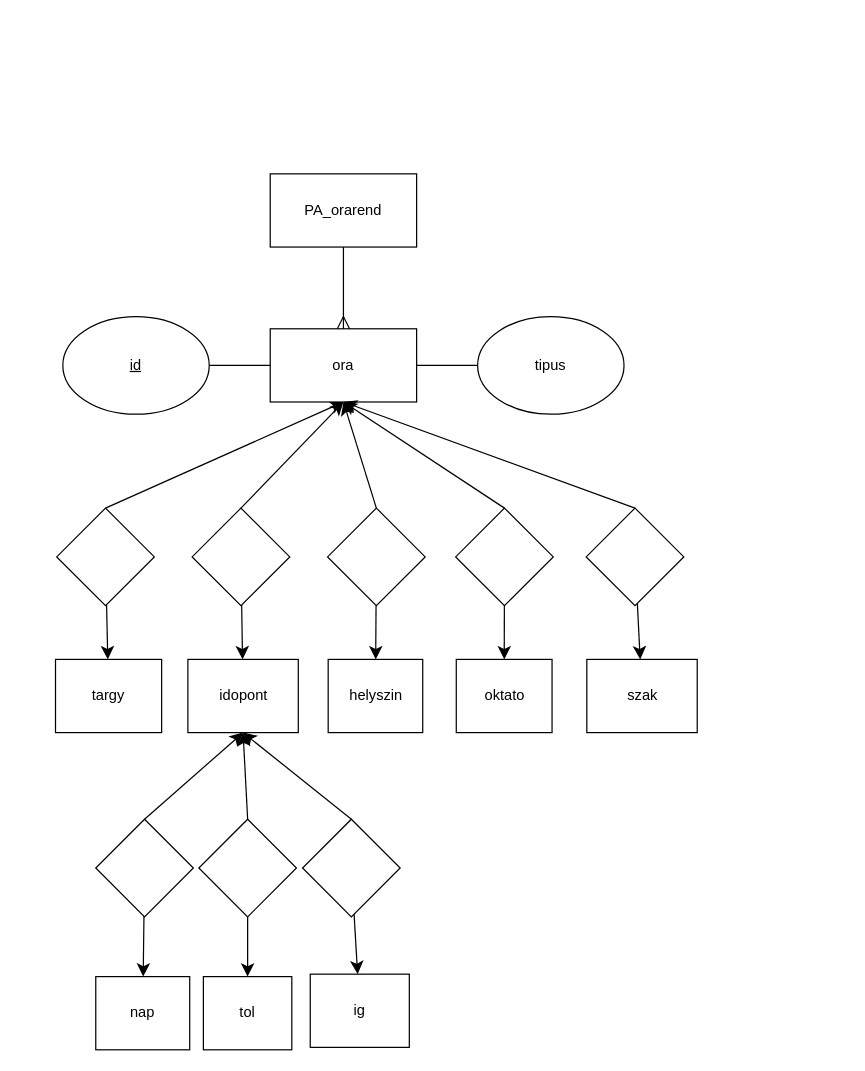
Before: page "ER" (2 of 2) of TR6FKP_0917/Megnevezetlen diagram.drawio in PogiAbel/TR6FKPXML, a draw.io diagram. Source tidied: cells renumbered, new cells numbered last; positions are measured from the earlier drawing's top-left corner, leaving out a move shared by most shapes. Both pictures are drawn from the tidied source at 122%, with x=0, y=0 at pixel (55, 173).
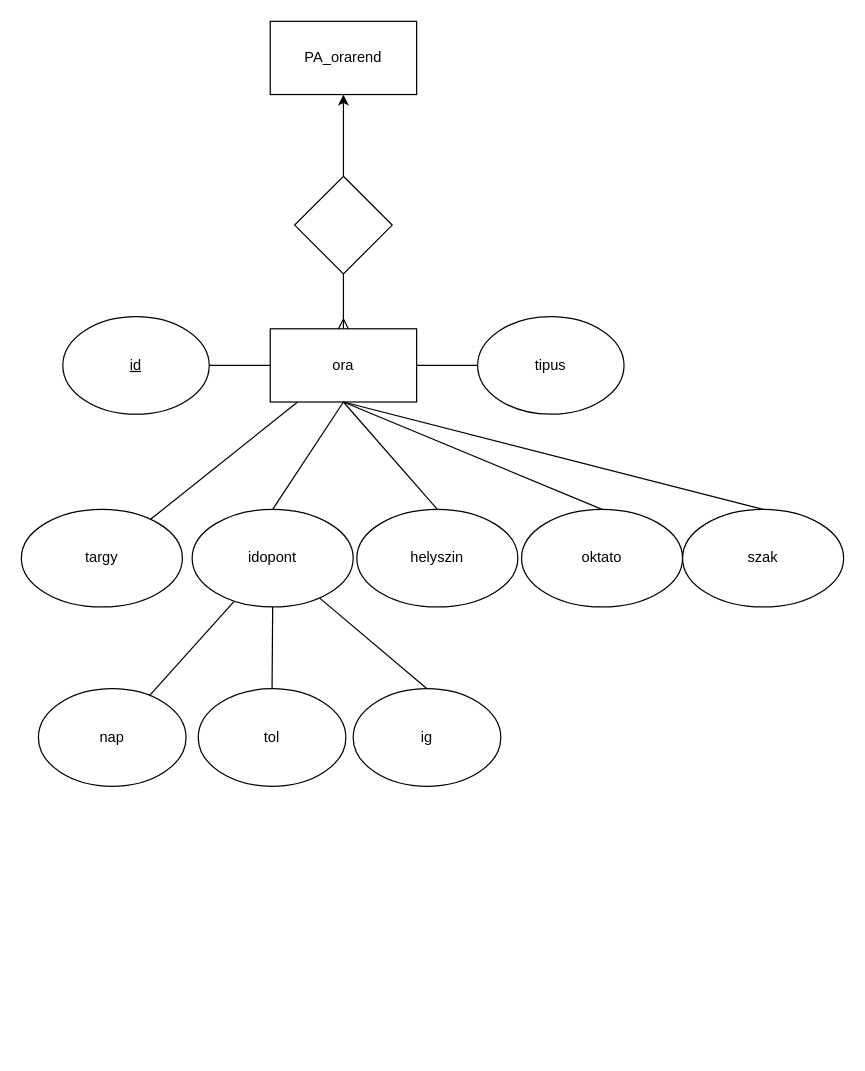
The same page after the edit.

The change refers to these unchanged cells:
```xml
<mxCell id="4" value="ora" style="rounded=0;whiteSpace=wrap;html=1;" parent="1" vertex="1">
  <mxGeometry x="176" y="127" width="120" height="60" as="geometry" />
</mxCell>
```

What changed in the source:
```diff
@@
+    <mxCell id="41" style="edgeStyle=orthogonalEdgeStyle;rounded=0;jettySize=auto;html=1;endArrow=none;endFill=0;startArrow=classic;startFill=1;" parent="1" edge="1" source="2" target="44">
+      <mxGeometry relative="1" as="geometry" />
+    </mxCell>
     <mxCell id="2" value="PA_orarend" style="rounded=0;whiteSpace=wrap;html=1;" parent="1" vertex="1">
-      <mxGeometry x="176" width="120" height="60" as="geometry" />
+      <mxGeometry x="176" y="-125" width="120" height="60" as="geometry" />
     </mxCell>
-    <mxCell id="3" style="rounded=0;jettySize=auto;html=1;fontSize=12;startSize=8;endSize=8;endArrow=none;endFill=0;exitX=0.5;exitY=1;exitDx=0;exitDy=0;entryX=0.5;entryY=0;entryDx=0;entryDy=0;startArrow=classic;startFill=1;" parent="1" edge="1" source="4" target="11">
-      <mxGeometry relative="1" as="geometry" />
-    </mxCell>
+    <mxCell id="42" style="rounded=0;jettySize=auto;html=1;startArrow=none;startFill=0;endArrow=none;endFill=0;" parent="1" edge="1" source="4" target="12">
+      <mxGeometry relative="1" as="geometry" />
+    </mxCell>
@@
-    <mxCell id="6" style="fontSize=12;html=1;endArrow=ERmany;rounded=0;startSize=8;endSize=8;entryX=0.5;entryY=0;entryDx=0;entryDy=0;exitX=0.5;exitY=1;exitDx=0;exitDy=0;" parent="1" edge="1" source="2" target="4">
-      <mxGeometry relative="1" as="geometry" />
-    </mxCell>
@@
-    <mxCell id="10" style="rounded=0;jettySize=auto;html=1;fontSize=12;startSize=8;endSize=8;endArrow=classic;endFill=1;startArrow=none;startFill=0;" parent="1" edge="1" source="11" target="12">
-      <mxGeometry relative="1" as="geometry" />
-    </mxCell>
-    <mxCell id="11" style="rhombus;whiteSpace=wrap;html=1;rounded=0;" parent="1" vertex="1">
-      <mxGeometry x="1" y="274" width="80" height="80" as="geometry" />
-    </mxCell>
+    <mxCell id="43" style="rounded=0;jettySize=auto;html=1;endArrow=ERmany;endFill=0;" parent="1" edge="1" source="44" target="4">
+      <mxGeometry relative="1" as="geometry" />
+    </mxCell>
+    <mxCell id="44" style="rhombus;whiteSpace=wrap;html=1;rounded=0;" parent="1" vertex="1">
+      <mxGeometry x="196" y="2" width="80" height="80" as="geometry" />
+    </mxCell>
-    <mxCell id="12" value="targy" style="whiteSpace=wrap;html=1;rounded=0;" parent="1" vertex="1">
-      <mxGeometry y="398" width="87" height="60" as="geometry" />
+    <mxCell id="12" value="targy" style="ellipse;whiteSpace=wrap;html=1;rounded=0;" parent="1" vertex="1">
+      <mxGeometry x="-28" y="275" width="132" height="80" as="geometry" />
     </mxCell>
-    <mxCell id="13" style="rounded=0;jettySize=auto;html=1;fontSize=12;startSize=8;endSize=8;endArrow=none;endFill=0;exitX=0.5;exitY=1;exitDx=0;exitDy=0;entryX=0.5;entryY=0;entryDx=0;entryDy=0;startArrow=classic;startFill=1;" parent="1" edge="1" source="4" target="15">
-      <mxGeometry relative="1" as="geometry" />
-    </mxCell>
-    <mxCell id="14" style="rounded=0;jettySize=auto;html=1;fontSize=12;startSize=8;endSize=8;endArrow=classic;endFill=1;startArrow=none;startFill=0;" parent="1" edge="1" source="15" target="17">
-      <mxGeometry relative="1" as="geometry" />
-    </mxCell>
-    <mxCell id="15" style="rhombus;whiteSpace=wrap;html=1;rounded=0;" parent="1" vertex="1">
-      <mxGeometry x="112" y="274" width="80" height="80" as="geometry" />
-    </mxCell>
-    <mxCell id="16" style="edgeStyle=none;curved=1;rounded=0;jettySize=auto;html=1;fontSize=12;startSize=8;endSize=8;entryX=0.5;entryY=0;entryDx=0;entryDy=0;exitX=0.5;exitY=1;exitDx=0;exitDy=0;startArrow=classic;startFill=1;endArrow=none;endFill=0;" parent="1" edge="1" source="17" target="31">
-      <mxGeometry relative="1" as="geometry" />
-    </mxCell>
+    <mxCell id="45" style="rounded=0;jettySize=auto;html=1;endArrow=none;endFill=0;" parent="1" edge="1" source="17" target="38">
+      <mxGeometry relative="1" as="geometry" />
+    </mxCell>
-    <mxCell id="17" value="idopont" style="whiteSpace=wrap;html=1;rounded=0;" parent="1" vertex="1">
-      <mxGeometry x="108.5" y="398" width="90.5" height="60" as="geometry" />
+    <mxCell id="17" value="idopont" style="ellipse;whiteSpace=wrap;html=1;rounded=0;" parent="1" vertex="1">
+      <mxGeometry x="112" y="275" width="132" height="80" as="geometry" />
     </mxCell>
-    <mxCell id="18" style="rounded=0;jettySize=auto;html=1;fontSize=12;startSize=8;endSize=8;endArrow=none;endFill=0;exitX=0.5;exitY=1;exitDx=0;exitDy=0;entryX=0.5;entryY=0;entryDx=0;entryDy=0;startArrow=classic;startFill=1;" parent="1" edge="1" source="4" target="20">
-      <mxGeometry relative="1" as="geometry" />
-    </mxCell>
-    <mxCell id="19" style="rounded=0;jettySize=auto;html=1;fontSize=12;startSize=8;endSize=8;endArrow=classic;endFill=1;startArrow=none;startFill=0;" parent="1" edge="1" source="20" target="21">
-      <mxGeometry relative="1" as="geometry" />
-    </mxCell>
-    <mxCell id="20" style="rhombus;whiteSpace=wrap;html=1;rounded=0;" parent="1" vertex="1">
-      <mxGeometry x="223" y="274" width="80" height="80" as="geometry" />
-    </mxCell>
+    <mxCell id="46" style="rounded=0;jettySize=auto;html=1;exitX=0.5;exitY=0;exitDx=0;exitDy=0;startArrow=none;startFill=0;endArrow=none;endFill=0;entryX=0.5;entryY=1;entryDx=0;entryDy=0;" parent="1" edge="1" source="21" target="4">
+      <mxGeometry relative="1" as="geometry" />
+    </mxCell>
-    <mxCell id="21" value="helyszin" style="whiteSpace=wrap;html=1;rounded=0;" parent="1" vertex="1">
-      <mxGeometry x="223.5" y="398" width="77.5" height="60" as="geometry" />
+    <mxCell id="21" value="helyszin" style="ellipse;whiteSpace=wrap;html=1;rounded=0;" parent="1" vertex="1">
+      <mxGeometry x="247" y="275" width="132" height="80" as="geometry" />
     </mxCell>
-    <mxCell id="22" style="rounded=0;jettySize=auto;html=1;fontSize=12;startSize=8;endSize=8;endArrow=classic;endFill=1;startArrow=none;startFill=0;" parent="1" edge="1" source="24" target="25">
-      <mxGeometry relative="1" as="geometry" />
-    </mxCell>
-    <mxCell id="23" style="edgeStyle=none;curved=1;rounded=0;jettySize=auto;html=1;fontSize=12;startSize=8;endSize=8;entryX=0.5;entryY=1;entryDx=0;entryDy=0;endArrow=classic;endFill=1;exitX=0.5;exitY=0;exitDx=0;exitDy=0;startArrow=none;startFill=0;" parent="1" edge="1" source="24" target="4">
-      <mxGeometry relative="1" as="geometry" />
-    </mxCell>
-    <mxCell id="24" style="rhombus;whiteSpace=wrap;html=1;rounded=0;" parent="1" vertex="1">
-      <mxGeometry x="328" y="274" width="80" height="80" as="geometry" />
-    </mxCell>
+    <mxCell id="47" style="rounded=0;jettySize=auto;html=1;exitX=0.5;exitY=0;exitDx=0;exitDy=0;startArrow=none;startFill=0;endArrow=none;endFill=0;entryX=0.5;entryY=1;entryDx=0;entryDy=0;" parent="1" edge="1" source="25" target="4">
+      <mxGeometry relative="1" as="geometry" />
+    </mxCell>
-    <mxCell id="25" value="oktato" style="whiteSpace=wrap;html=1;rounded=0;" parent="1" vertex="1">
-      <mxGeometry x="328.5" y="398" width="78.5" height="60" as="geometry" />
+    <mxCell id="25" value="oktato" style="ellipse;whiteSpace=wrap;html=1;rounded=0;" parent="1" vertex="1">
+      <mxGeometry x="382" y="275" width="132" height="80" as="geometry" />
     </mxCell>
-    <mxCell id="26" style="rounded=0;jettySize=auto;html=1;fontSize=12;startSize=8;endSize=8;endArrow=classic;endFill=1;startArrow=none;startFill=0;" parent="1" edge="1" source="28" target="29">
-      <mxGeometry relative="1" as="geometry" />
-    </mxCell>
-    <mxCell id="27" style="edgeStyle=none;curved=1;rounded=0;jettySize=auto;html=1;fontSize=12;startSize=8;endSize=8;entryX=0.5;entryY=1;entryDx=0;entryDy=0;endArrow=classic;endFill=1;exitX=0.5;exitY=0;exitDx=0;exitDy=0;startArrow=none;startFill=0;" parent="1" edge="1" source="28" target="4">
-      <mxGeometry relative="1" as="geometry" />
-    </mxCell>
-    <mxCell id="28" style="rhombus;whiteSpace=wrap;html=1;rounded=0;" parent="1" vertex="1">
-      <mxGeometry x="435" y="274" width="80" height="80" as="geometry" />
-    </mxCell>
+    <mxCell id="48" style="rounded=0;jettySize=auto;html=1;exitX=0.5;exitY=0;exitDx=0;exitDy=0;startArrow=none;startFill=0;endArrow=none;endFill=0;entryX=0.5;entryY=1;entryDx=0;entryDy=0;" parent="1" edge="1" source="29" target="4">
+      <mxGeometry relative="1" as="geometry" />
+    </mxCell>
-    <mxCell id="29" value="szak" style="whiteSpace=wrap;html=1;rounded=0;" parent="1" vertex="1">
-      <mxGeometry x="435.5" y="398" width="90.5" height="60" as="geometry" />
+    <mxCell id="29" value="szak" style="ellipse;whiteSpace=wrap;html=1;rounded=0;" parent="1" vertex="1">
+      <mxGeometry x="514" y="275" width="132" height="80" as="geometry" />
     </mxCell>
-    <mxCell id="30" style="edgeStyle=none;curved=1;rounded=0;jettySize=auto;html=1;fontSize=12;startSize=8;endSize=8;" parent="1" edge="1" source="31" target="38">
-      <mxGeometry relative="1" as="geometry" />
-    </mxCell>
-    <mxCell id="31" style="rhombus;whiteSpace=wrap;html=1;rounded=0;" parent="1" vertex="1">
-      <mxGeometry x="33" y="529" width="80" height="80" as="geometry" />
-    </mxCell>
-    <mxCell id="32" style="edgeStyle=none;curved=1;rounded=0;jettySize=auto;html=1;fontSize=12;startSize=8;endSize=8;entryX=0.5;entryY=0;entryDx=0;entryDy=0;exitX=0.5;exitY=1;exitDx=0;exitDy=0;startArrow=classic;startFill=1;endArrow=none;endFill=0;" parent="1" edge="1" source="17" target="34">
-      <mxGeometry relative="1" as="geometry" />
-    </mxCell>
-    <mxCell id="33" style="edgeStyle=none;curved=1;rounded=0;jettySize=auto;html=1;fontSize=12;startSize=8;endSize=8;" parent="1" edge="1" source="34" target="39">
-      <mxGeometry relative="1" as="geometry" />
-    </mxCell>
-    <mxCell id="34" style="rhombus;whiteSpace=wrap;html=1;rounded=0;" parent="1" vertex="1">
-      <mxGeometry x="117.5" y="529" width="80" height="80" as="geometry" />
-    </mxCell>
-    <mxCell id="35" style="edgeStyle=none;curved=1;rounded=0;jettySize=auto;html=1;fontSize=12;startSize=8;endSize=8;entryX=0.5;entryY=0;entryDx=0;entryDy=0;exitX=0.5;exitY=1;exitDx=0;exitDy=0;startArrow=classic;startFill=1;endArrow=none;endFill=0;" parent="1" edge="1" source="17" target="37">
-      <mxGeometry relative="1" as="geometry" />
-    </mxCell>
-    <mxCell id="36" style="edgeStyle=none;curved=1;rounded=0;jettySize=auto;html=1;fontSize=12;startSize=8;endSize=8;" parent="1" edge="1" source="37" target="40">
-      <mxGeometry relative="1" as="geometry" />
-    </mxCell>
-    <mxCell id="37" style="rhombus;whiteSpace=wrap;html=1;rounded=0;" parent="1" vertex="1">
-      <mxGeometry x="202.5" y="529" width="80" height="80" as="geometry" />
-    </mxCell>
+    <mxCell id="49" style="rounded=0;jettySize=auto;html=1;exitX=0.5;exitY=0;exitDx=0;exitDy=0;entryX=0.5;entryY=1;entryDx=0;entryDy=0;startArrow=none;startFill=0;endArrow=none;endFill=0;" parent="1" edge="1" source="17" target="4">
+      <mxGeometry relative="1" as="geometry" />
+    </mxCell>
-    <mxCell id="38" value="nap" style="whiteSpace=wrap;html=1;rounded=0;" parent="1" vertex="1">
-      <mxGeometry x="33" y="658" width="77" height="60" as="geometry" />
+    <mxCell id="38" value="nap" style="ellipse;whiteSpace=wrap;html=1;rounded=0;" parent="1" vertex="1">
+      <mxGeometry x="-14" y="422" width="121" height="80" as="geometry" />
     </mxCell>
+    <mxCell id="50" style="rounded=0;jettySize=auto;html=1;exitX=0.5;exitY=0;exitDx=0;exitDy=0;endArrow=none;endFill=0;" parent="1" edge="1" source="39" target="17">
+      <mxGeometry relative="1" as="geometry" />
+    </mxCell>
-    <mxCell id="39" value="tol" style="whiteSpace=wrap;html=1;rounded=0;" parent="1" vertex="1">
-      <mxGeometry x="121.2" y="658" width="72.5" height="60" as="geometry" />
+    <mxCell id="39" value="tol" style="ellipse;whiteSpace=wrap;html=1;rounded=0;" parent="1" vertex="1">
+      <mxGeometry x="117" y="422" width="121" height="80" as="geometry" />
     </mxCell>
+    <mxCell id="51" style="rounded=0;jettySize=auto;html=1;exitX=0.5;exitY=0;exitDx=0;exitDy=0;endArrow=none;endFill=0;" parent="1" edge="1" source="40" target="17">
+      <mxGeometry relative="1" as="geometry" />
+    </mxCell>
-    <mxCell id="40" value="ig" style="whiteSpace=wrap;html=1;rounded=0;" parent="1" vertex="1">
-      <mxGeometry x="208.8" y="656" width="81.2" height="60" as="geometry" />
+    <mxCell id="40" value="ig" style="ellipse;whiteSpace=wrap;html=1;rounded=0;" parent="1" vertex="1">
+      <mxGeometry x="244" y="422" width="121" height="80" as="geometry" />
     </mxCell>
```
